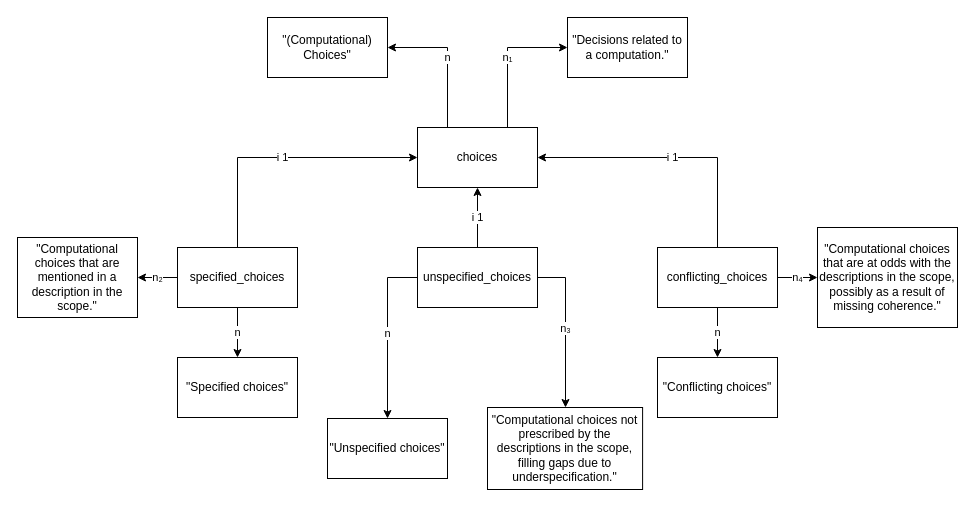
This is page "03-choices" (4 of 11) of model-analysis-errors.drawio from nicebread/scientific_errors, a draw.io file, before an edit. Source tidied: cells renumbered, new cells numbered last; positions are measured from the earlier drawing's top-left corner, leaving out a move shared by most shapes. Both pictures are drawn from the tidied source at 100%, with x=0, y=0 at pixel (17, 17).
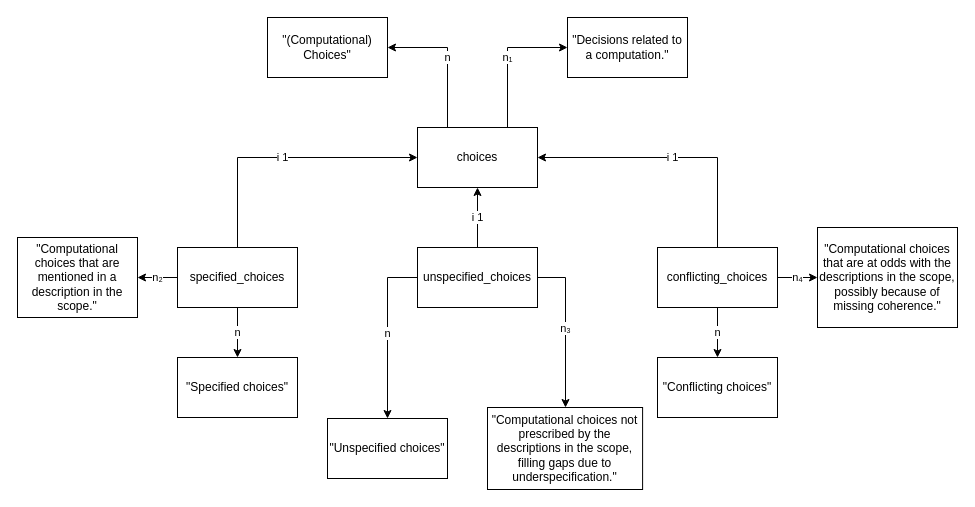
After the change.

Commit message:
Improve wording

What changed in the source:
```diff
@@
-    <mxCell id="24" value="&quot;Computational choices that are at odds with the descriptions in the scope, possibly as a result of missing coherence.&quot;" style="rounded=0;whiteSpace=wrap;html=1;" parent="1" vertex="1">
+    <mxCell id="24" value="&quot;Computational choices that are at odds with the descriptions in the scope, possibly because of missing coherence.&quot;" style="rounded=0;whiteSpace=wrap;html=1;" parent="1" vertex="1">
       <mxGeometry x="800" y="210" width="140" height="100" as="geometry" />
     </mxCell>
```
